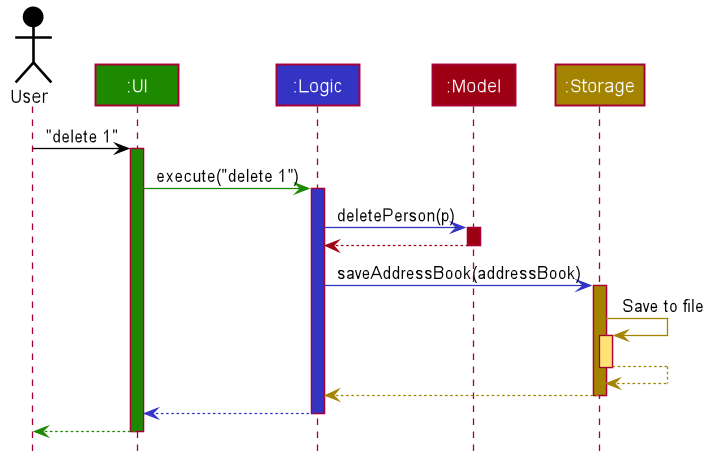
This is docs/images/ArchitectureSequenceDiagram.png from nus-cs2103-AY2223S1/tp, a PlantUML export, as it was before one commit.
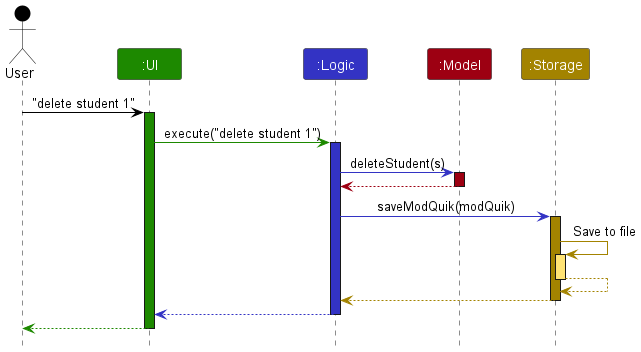
The same diagram one commit later.

Commit message:
Update architecture sequence diagram

Change to the diagram source:
```diff
@@ -1,85 +1,38 @@
 @startuml
+!include style.puml
 
+Actor User as user USER_COLOR
+Participant ":UI" as ui UI_COLOR
+Participant ":Logic" as logic LOGIC_COLOR
+Participant ":Model" as model MODEL_COLOR
+Participant ":Storage" as storage STORAGE_COLOR
 
+user -[USER_COLOR]> ui : "delete student 1"
+activate ui UI_COLOR
 
+ui -[UI_COLOR]> logic : execute("delete student 1")
+activate logic LOGIC_COLOR
 
+logic -[LOGIC_COLOR]> model : deleteStudent(s)
+activate model MODEL_COLOR
 
-
-
-
-skinparam BackgroundColor #FFFFFFF
-
-skinparam Shadowing false
-
-skinparam Class {
-    FontColor #FFFFFF
-    BorderThickness 1
-    BorderColor #FFFFFF
-    StereotypeFontColor #FFFFFF
-    FontName Arial
-}
-
-skinparam Actor {
-    BorderColor #000000
-    Color #000000
-    FontName Arial
-}
-
-skinparam Sequence {
-    MessageAlign center
-    BoxFontSize 15
-    BoxPadding 0
-    BoxFontColor #FFFFFF
-    FontName Arial
-}
-
-skinparam Participant {
-    FontColor #FFFFFFF
-    Padding 20
-}
-
-skinparam MinClassWidth 50
-skinparam ParticipantPadding 10
-skinparam Shadowing false
-skinparam DefaultTextAlignment center
-skinparam packageStyle Rectangle
-
-hide footbox
-hide members
-hide circle
-
-Actor User as user #000000
-Participant ":UI" as ui #1D8900
-Participant ":Logic" as logic #3333C4
-Participant ":Model" as model #9D0012
-Participant ":Storage" as storage #A38300
-
-user -[#000000]> ui : "delete 1"
-activate ui #1D8900
-
-ui -[#1D8900]> logic : execute("delete 1")
-activate logic #3333C4
-
-logic -[#3333C4]> model : deletePerson(p)
-activate model #9D0012
-
-model -[#9D0012]-> logic
+model -[MODEL_COLOR]-> logic
 deactivate model
 
-logic -[#3333C4]> storage : saveAddressBook(addressBook)
-activate storage #A38300
+logic -[LOGIC_COLOR]> storage : saveModQuik(modQuik)
+activate storage STORAGE_COLOR
 
-storage -[#A38300]> storage : Save to file
-activate storage #FFE374
-storage --[#A38300]> storage
+storage -[STORAGE_COLOR]> storage : Save to file
+activate storage STORAGE_COLOR_T1
+storage --[STORAGE_COLOR]> storage
 deactivate storage
 
-storage --[#A38300]> logic
+storage --[STORAGE_COLOR]> logic
 deactivate storage
 
-logic --[#3333C4]> ui
+logic --[LOGIC_COLOR]> ui
 deactivate logic
 
-ui--[#1D8900]> user
+ui--[UI_COLOR]> user
 deactivate ui
 @enduml
```
